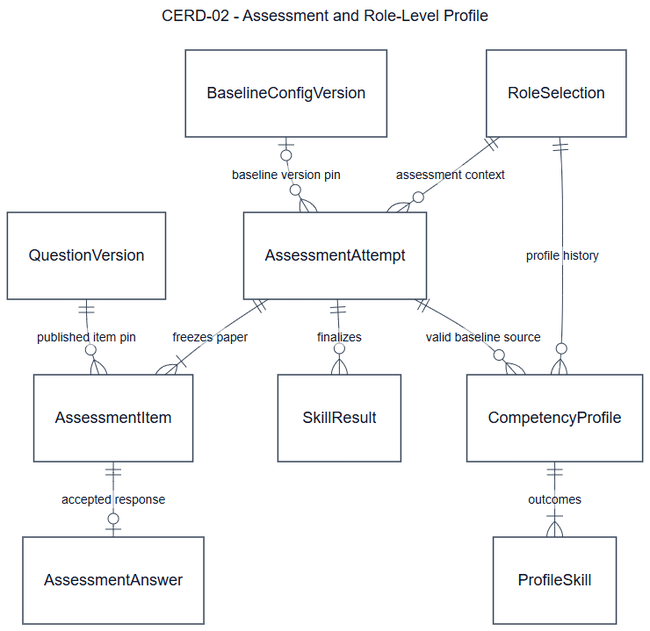
This is documents/diagrams/mermaid/cerd-02.png from SEP490-Fall-2026-GFA26SE64/SEP490, a Mermaid export, as it was before one commit. Its source is kept beside it as documents/diagrams/mermaid/cerd-02.mmd.
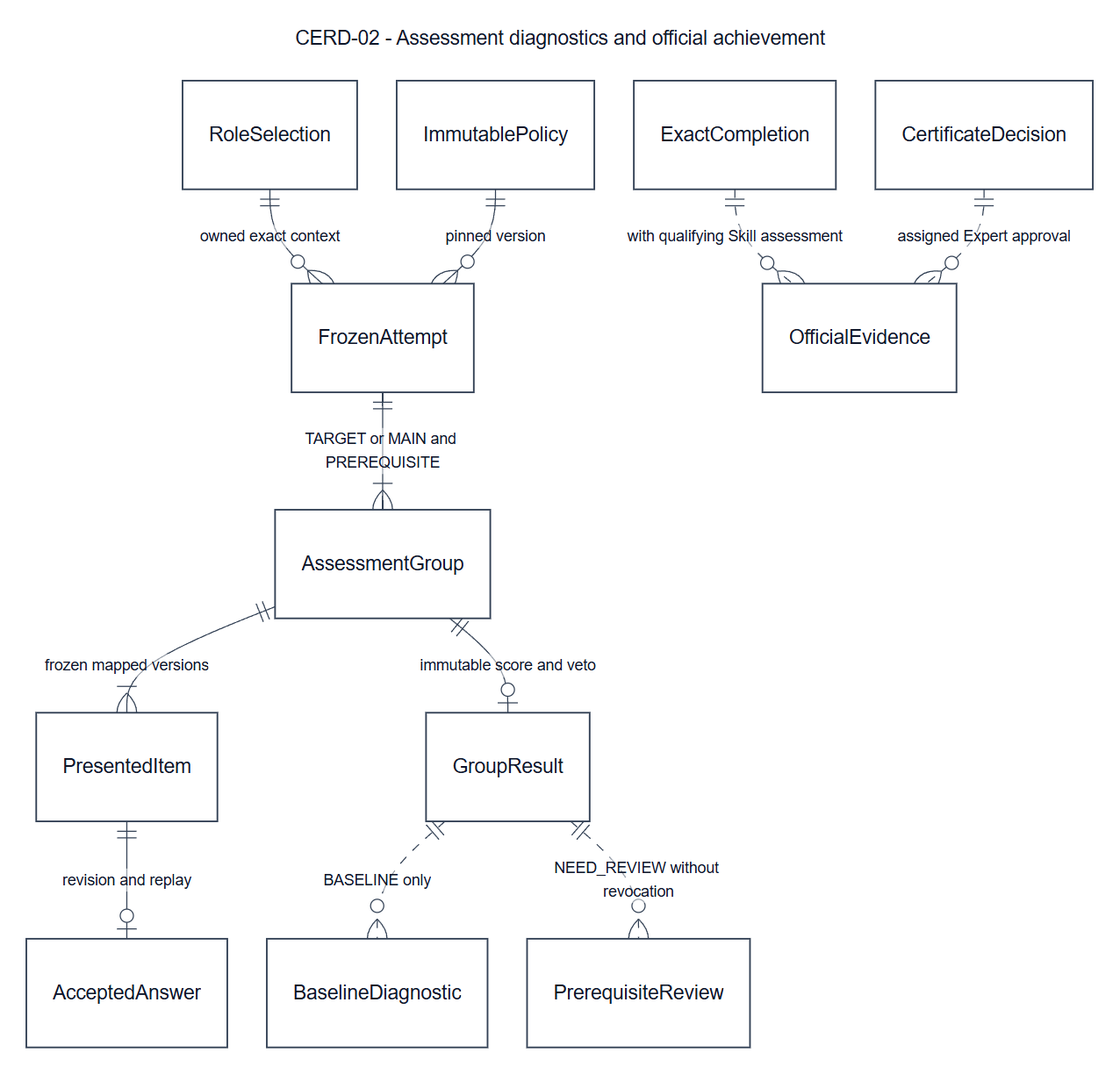
After the commit.

Change to the diagram source:
```diff
@@ -1,5 +1,5 @@
 ---
-title: "CERD-02 - Assessment and Role-Level Profile"
+title: "CERD-02 - Assessment diagnostics and official achievement"
 config:
   layout: dagre
   look: classic
@@ -9,23 +9,16 @@
   themeVariables: {background: "#ffffff", primaryColor: "#ffffff", primaryTextColor: "#0f172a", primaryBorderColor: "#334155", lineColor: "#334155", textColor: "#0f172a", edgeLabelBackground: "#ffffff", fontSize: "18px"}
   er: {nodeSpacing: 36, rankSpacing: 65, minEntityWidth: 140, diagramPadding: 24}
 ---
+
 erDiagram
   direction TB
-  RoleSelection["RoleSelection"]
-  BaselineConfigVersion["BaselineConfigVersion"]
-  AssessmentAttempt["AssessmentAttempt"]
-  AssessmentItem["AssessmentItem"]
-  AssessmentAnswer["AssessmentAnswer"]
-  QuestionVersion["QuestionVersion"]
-  SkillResult["SkillResult"]
-  CompetencyProfile["CompetencyProfile"]
-  ProfileSkill["ProfileSkill"]
-  RoleSelection ||--o{ AssessmentAttempt : "assessment context"
-  BaselineConfigVersion o|--o{ AssessmentAttempt : "baseline version pin"
-  AssessmentAttempt ||--|{ AssessmentItem : "freezes paper"
-  QuestionVersion ||--o{ AssessmentItem : "published item pin"
-  AssessmentItem ||--o| AssessmentAnswer : "accepted response"
-  AssessmentAttempt ||--o{ SkillResult : "finalizes"
-  RoleSelection ||--o{ CompetencyProfile : "profile history"
-  AssessmentAttempt ||--o{ CompetencyProfile : "valid baseline source"
-  CompetencyProfile ||--|{ ProfileSkill : "outcomes"
+  RoleSelection ||--o{ FrozenAttempt : "owned exact context"
+  ImmutablePolicy ||--o{ FrozenAttempt : "pinned version"
+  FrozenAttempt ||--|{ AssessmentGroup : "TARGET or MAIN and PREREQUISITE"
+  AssessmentGroup ||--|{ PresentedItem : "frozen mapped versions"
+  PresentedItem ||--o| AcceptedAnswer : "revision and replay"
+  AssessmentGroup ||--o| GroupResult : "immutable score and veto"
+  GroupResult ||..o{ BaselineDiagnostic : "BASELINE only"
+  ExactCompletion ||..o{ OfficialEvidence : "with qualifying Skill assessment"
+  CertificateDecision ||..o{ OfficialEvidence : "assigned Expert approval"
+  GroupResult ||..o{ PrerequisiteReview : "NEED_REVIEW without revocation"
```
